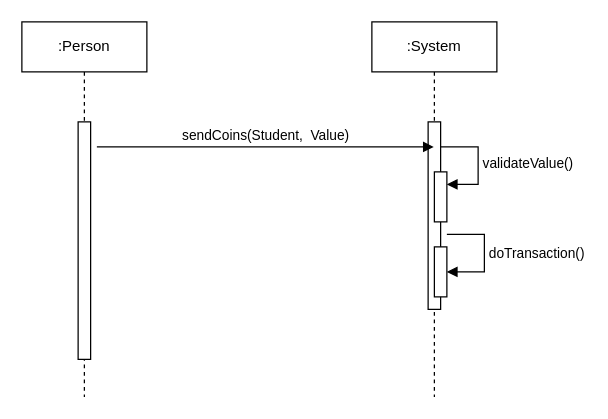
Earlier version of the draw.io diagram projeto/diagramas/diagrama_sequencia/sequencia_enviar_moedas.drawio (pucmg-2023-02-lps-g2/MGS-Projeto-03). Source tidied: cells renumbered, new cells numbered last; positions are measured from the earlier drawing's top-left corner, leaving out a move shared by most shapes. Both pictures are drawn from the tidied source at 125%, with x=0, y=0 at pixel (21, 21).
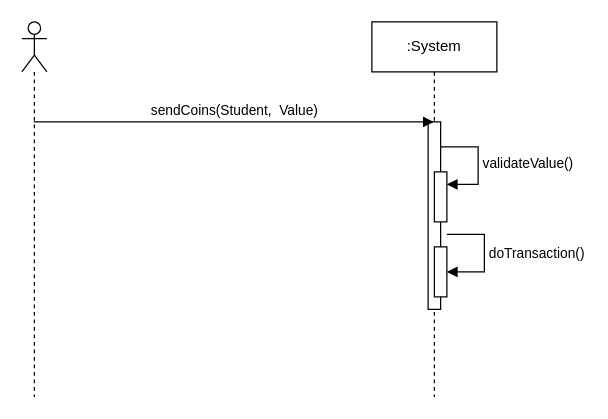
Above is the later version.

Commit message (it also covers changes not shown here):
Melhorando diagramas de sequencia

Change to the diagram source:
```diff
@@
 <mxGraphModel>
   <root>
     <mxCell id="0" />
     <mxCell id="1" parent="0" />
-    <mxCell id="2" value="&lt;div&gt;:Person&lt;/div&gt;" style="shape=umlLifeline;perimeter=lifelinePerimeter;whiteSpace=wrap;html=1;newEdgeStyle={&quot;curved&quot;:0,&quot;rounded&quot;:0};" parent="1" vertex="1">
-      <mxGeometry width="100" height="300" as="geometry" />
-    </mxCell>
-    <mxCell id="3" style="html=1;perimeter=orthogonalPerimeter;targetShapes=umlLifeline;newEdgeStyle={&quot;curved&quot;:0,&quot;rounded&quot;:0};" parent="2" vertex="1">
-      <mxGeometry x="45" y="80" width="10" height="190" as="geometry" />
-    </mxCell>
     <mxCell id="4" value=":System" style="shape=umlLifeline;perimeter=lifelinePerimeter;whiteSpace=wrap;html=1;outlineConnect=0;portConstraint=eastwest;newEdgeStyle={&quot;curved&quot;:0,&quot;rounded&quot;:0};" parent="1" vertex="1">
       <mxGeometry x="280" width="100" height="300" as="geometry" />
     </mxCell>
     <mxCell id="5" style="html=1;perimeter=orthogonalPerimeter;targetShapes=umlLifeline;newEdgeStyle={&quot;curved&quot;:0,&quot;rounded&quot;:0};" parent="4" vertex="1">
       <mxGeometry x="45" y="80" width="10" height="150" as="geometry" />
     </mxCell>
     <mxCell id="6" style="html=1;points=[[0,0,0,0,5],[0,1,0,0,-5],[1,0,0,0,5],[1,1,0,0,-5]];perimeter=orthogonalPerimeter;outlineConnect=0;targetShapes=umlLifeline;portConstraint=eastwest;newEdgeStyle={&quot;curved&quot;:0,&quot;rounded&quot;:0};" parent="4" vertex="1">
       <mxGeometry x="50" y="120" width="10" height="40" as="geometry" />
     </mxCell>
     <mxCell id="7" value="validateValue()" style="html=1;align=left;spacingLeft=2;endArrow=block;rounded=0;edgeStyle=orthogonalEdgeStyle;curved=0;rounded=0;" parent="4" edge="1" target="6">
       <mxGeometry relative="1" as="geometry">
         <mxPoint x="55" y="100" as="sourcePoint" />
         <Array as="points">
           <mxPoint x="85" y="130" />
         </Array>
       </mxGeometry>
     </mxCell>
     <mxCell id="8" style="html=1;points=[[0,0,0,0,5],[0,1,0,0,-5],[1,0,0,0,5],[1,1,0,0,-5]];perimeter=orthogonalPerimeter;outlineConnect=0;targetShapes=umlLifeline;portConstraint=eastwest;newEdgeStyle={&quot;curved&quot;:0,&quot;rounded&quot;:0};" parent="4" vertex="1">
       <mxGeometry x="50" y="180" width="10" height="40" as="geometry" />
     </mxCell>
     <mxCell id="9" value="doTransaction()" style="html=1;align=left;spacingLeft=2;endArrow=block;rounded=0;edgeStyle=orthogonalEdgeStyle;curved=0;rounded=0;" parent="4" edge="1" target="8">
       <mxGeometry relative="1" as="geometry">
         <mxPoint x="60" y="170" as="sourcePoint" />
         <Array as="points">
           <mxPoint x="90" y="200" />
         </Array>
       </mxGeometry>
     </mxCell>
-    <mxCell id="10" value="sendCoins(Student,&amp;nbsp; Value)" style="html=1;verticalAlign=bottom;endArrow=block;curved=0;rounded=0;" parent="1" edge="1" target="4">
+    <mxCell id="10" value="sendCoins(Student,&amp;nbsp; Value)" style="html=1;verticalAlign=bottom;endArrow=block;curved=0;rounded=0;" parent="1" edge="1" source="11" target="4">
       <mxGeometry relative="1" as="geometry">
-        <mxPoint x="60" y="100" as="sourcePoint" />
+        <Array as="points">
+          <mxPoint x="80" y="80" />
+        </Array>
       </mxGeometry>
     </mxCell>
+    <mxCell id="11" style="shape=umlLifeline;perimeter=lifelinePerimeter;whiteSpace=wrap;html=1;outlineConnect=0;portConstraint=eastwest;newEdgeStyle={&quot;curved&quot;:0,&quot;rounded&quot;:0};participant=umlActor;" parent="1" vertex="1">
+      <mxGeometry width="20" height="300" as="geometry" />
+    </mxCell>
   </root>
 </mxGraphModel>
```
